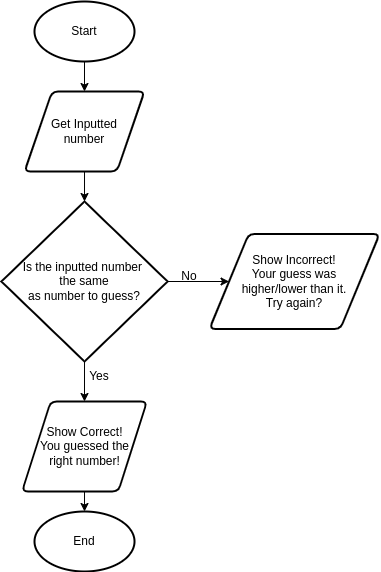
Above: Number Guessing (flowchart).png in Dahrio-Francois/ICS3U-Unit3-02-Python2 (draw.io), before the change. Source tidied: cells renumbered, new cells last; positions are measured from the earlier drawing's top-left corner, leaving out a move shared by most shapes.
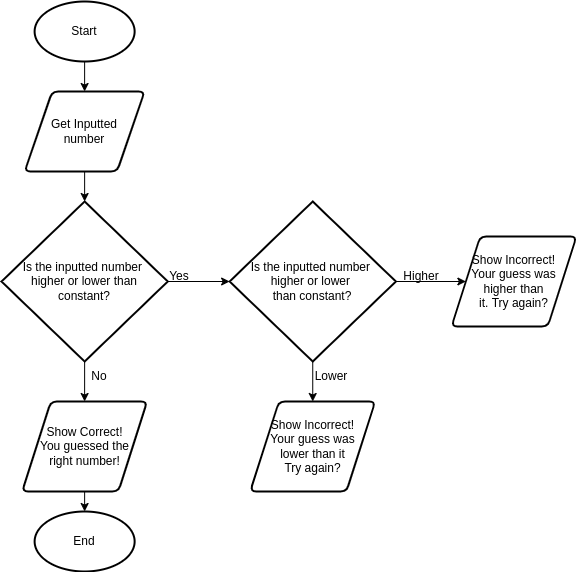
Above is the later version.

Commit message:
made changes to flowchart and top down designs

What changed in the source:
```diff
@@ -14,32 +14,50 @@
     <mxCell id="5" value="Get Inputted&lt;br&gt;number" style="shape=parallelogram;html=1;strokeWidth=2;perimeter=parallelogramPerimeter;whiteSpace=wrap;rounded=1;arcSize=12;size=0.23;" parent="1" vertex="1">
       <mxGeometry x="23" y="90" width="120" height="80" as="geometry" />
     </mxCell>
-    <mxCell id="6" style="edgeStyle=orthogonalEdgeStyle;rounded=0;html=1;exitX=1;exitY=0.5;exitDx=0;exitDy=0;exitPerimeter=0;" parent="1" edge="1" source="8" target="9">
-      <mxGeometry relative="1" as="geometry" />
-    </mxCell>
     <mxCell id="7" style="edgeStyle=orthogonalEdgeStyle;rounded=0;html=1;exitX=0.5;exitY=1;exitDx=0;exitDy=0;exitPerimeter=0;entryX=0.5;entryY=0;entryDx=0;entryDy=0;" parent="1" edge="1" source="8" target="11">
       <mxGeometry relative="1" as="geometry" />
     </mxCell>
+    <mxCell id="15" style="edgeStyle=none;html=1;entryX=0;entryY=0.5;entryDx=0;entryDy=0;entryPerimeter=0;" parent="1" edge="1" source="8" target="18">
+      <mxGeometry relative="1" as="geometry" />
+    </mxCell>
-    <mxCell id="8" value="Is the inputted number &lt;br&gt;the same&lt;br&gt;as number to guess?" style="strokeWidth=2;html=1;shape=mxgraph.flowchart.decision;whiteSpace=wrap;" parent="1" vertex="1">
+    <mxCell id="8" value="Is the inputted number &lt;br&gt;higher or lower than&lt;br&gt;constant?" style="strokeWidth=2;html=1;shape=mxgraph.flowchart.decision;whiteSpace=wrap;" parent="1" vertex="1">
       <mxGeometry x="-0.1" y="200" width="166.2" height="160" as="geometry" />
     </mxCell>
-    <mxCell id="9" value="Show Incorrect!&lt;br&gt;Your guess was&lt;br&gt;higher/lower than it.&lt;br&gt;Try again?" style="shape=parallelogram;html=1;strokeWidth=2;perimeter=parallelogramPerimeter;whiteSpace=wrap;rounded=1;arcSize=12;size=0.23;" parent="1" vertex="1">
-      <mxGeometry x="208" y="232.5" width="170" height="95" as="geometry" />
-    </mxCell>
     <mxCell id="10" style="edgeStyle=orthogonalEdgeStyle;rounded=0;html=1;entryX=0.5;entryY=0;entryDx=0;entryDy=0;entryPerimeter=0;" parent="1" edge="1" source="11" target="14">
       <mxGeometry relative="1" as="geometry" />
     </mxCell>
     <mxCell id="11" value="Show Correct!&lt;br&gt;You guessed the&lt;br&gt;right number!" style="shape=parallelogram;html=1;strokeWidth=2;perimeter=parallelogramPerimeter;whiteSpace=wrap;rounded=1;arcSize=12;size=0.23;" parent="1" vertex="1">
       <mxGeometry x="20.5" y="400" width="125" height="90" as="geometry" />
     </mxCell>
-    <mxCell id="12" value="No" style="text;html=1;strokeColor=none;fillColor=none;align=center;verticalAlign=middle;whiteSpace=wrap;rounded=0;" parent="1" vertex="1">
-      <mxGeometry x="158" y="260" width="60" height="30" as="geometry" />
+    <mxCell id="12" value="No" style="text;html=1;strokeColor=none;fillColor=none;align=center;verticalAlign=middle;whiteSpace=wrap;rounded=0;rotation=0;" parent="1" vertex="1">
+      <mxGeometry x="68" y="360" width="60" height="30" as="geometry" />
     </mxCell>
     <mxCell id="13" value="Yes" style="text;html=1;strokeColor=none;fillColor=none;align=center;verticalAlign=middle;whiteSpace=wrap;rounded=0;" parent="1" vertex="1">
-      <mxGeometry x="68" y="360" width="60" height="30" as="geometry" />
+      <mxGeometry x="148" y="260" width="60" height="30" as="geometry" />
     </mxCell>
     <mxCell id="14" value="End" style="strokeWidth=2;html=1;shape=mxgraph.flowchart.start_1;whiteSpace=wrap;" parent="1" vertex="1">
       <mxGeometry x="33" y="510" width="100" height="60" as="geometry" />
     </mxCell>
+    <mxCell id="16" style="edgeStyle=none;html=1;exitX=1;exitY=0.5;exitDx=0;exitDy=0;exitPerimeter=0;entryX=0;entryY=0.5;entryDx=0;entryDy=0;" parent="1" edge="1" source="18" target="20">
+      <mxGeometry relative="1" as="geometry" />
+    </mxCell>
+    <mxCell id="17" style="edgeStyle=none;html=1;entryX=0.5;entryY=0;entryDx=0;entryDy=0;" parent="1" edge="1" source="18" target="19">
+      <mxGeometry relative="1" as="geometry" />
+    </mxCell>
+    <mxCell id="18" value="Is the inputted number &lt;br&gt;higher or lower&amp;nbsp;&lt;br&gt;than constant?" style="strokeWidth=2;html=1;shape=mxgraph.flowchart.decision;whiteSpace=wrap;" parent="1" vertex="1">
+      <mxGeometry x="228" y="200" width="166.2" height="160" as="geometry" />
+    </mxCell>
+    <mxCell id="19" value="Show Incorrect!&lt;br&gt;Your guess was&lt;br&gt;lower than it&lt;br&gt;Try again?" style="shape=parallelogram;html=1;strokeWidth=2;perimeter=parallelogramPerimeter;whiteSpace=wrap;rounded=1;arcSize=12;size=0.23;" parent="1" vertex="1">
+      <mxGeometry x="248.6" y="400" width="125" height="90" as="geometry" />
+    </mxCell>
+    <mxCell id="20" value="Show Incorrect!&lt;br&gt;Your guess was&lt;br&gt;higher than&lt;br&gt;it. Try again?" style="shape=parallelogram;html=1;strokeWidth=2;perimeter=parallelogramPerimeter;whiteSpace=wrap;rounded=1;arcSize=12;size=0.23;" parent="1" vertex="1">
+      <mxGeometry x="449.9" y="235" width="125" height="90" as="geometry" />
+    </mxCell>
+    <mxCell id="21" value="Lower" style="text;html=1;strokeColor=none;fillColor=none;align=center;verticalAlign=middle;whiteSpace=wrap;rounded=0;" parent="1" vertex="1">
+      <mxGeometry x="299.9" y="360" width="60" height="30" as="geometry" />
+    </mxCell>
+    <mxCell id="22" value="Higher" style="text;html=1;strokeColor=none;fillColor=none;align=center;verticalAlign=middle;whiteSpace=wrap;rounded=0;" parent="1" vertex="1">
+      <mxGeometry x="389.9" y="260" width="60" height="30" as="geometry" />
+    </mxCell>
   </root>
 </mxGraphModel>
```
